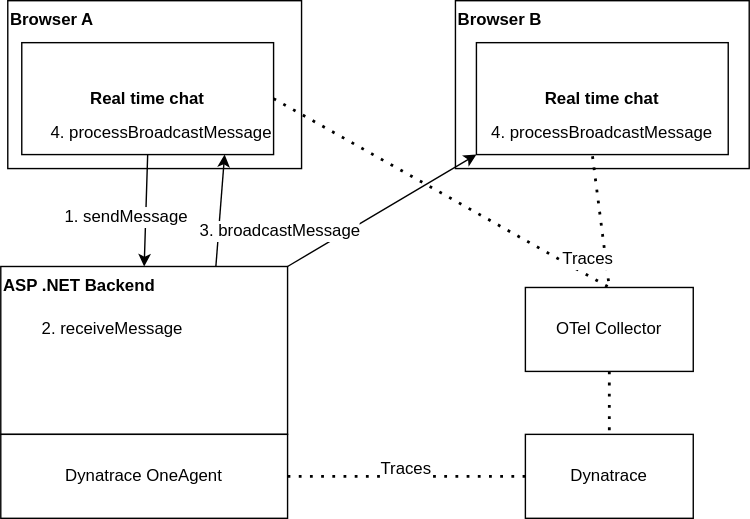
The draw.io diagram doc-assets/OTel-DotNet-JavaScript.drawio.svg in TobiTomson/OTel-SignalR-Example, before a commit. Source tidied: cells renumbered, new cells last; positions are measured from the earlier drawing's top-left corner, leaving out a move shared by most shapes. The source it was exported from:
```xml
<mxGraphModel>
  <root>
    <mxCell id="0" />
    <mxCell id="1" parent="0" />
    <mxCell id="2" value="Browser A" style="rounded=0;whiteSpace=wrap;html=1;align=left;verticalAlign=top;fontStyle=1;" parent="1" vertex="1">
      <mxGeometry x="5" width="210" height="120" as="geometry" />
    </mxCell>
    <mxCell id="3" value="Browser B" style="rounded=0;whiteSpace=wrap;html=1;align=left;verticalAlign=top;fontStyle=1;" parent="1" vertex="1">
      <mxGeometry x="325" width="210" height="120" as="geometry" />
    </mxCell>
    <mxCell id="4" value="&lt;b&gt;Real time chat&lt;/b&gt;" style="rounded=0;whiteSpace=wrap;html=1;" parent="1" vertex="1">
      <mxGeometry x="15" y="30" width="180" height="80" as="geometry" />
    </mxCell>
    <mxCell id="5" value="&lt;b&gt;Real time chat&lt;/b&gt;" style="rounded=0;whiteSpace=wrap;html=1;" parent="1" vertex="1">
      <mxGeometry x="340" y="30" width="180" height="80" as="geometry" />
    </mxCell>
    <mxCell id="6" value="ASP .NET Backend" style="rounded=0;whiteSpace=wrap;html=1;align=left;verticalAlign=top;fontStyle=1;" parent="1" vertex="1">
      <mxGeometry y="190" width="205" height="120" as="geometry" />
    </mxCell>
    <mxCell id="7" style="endArrow=classic;html=1;rounded=0;exitX=0.5;exitY=1;exitDx=0;exitDy=0;entryX=0.5;entryY=0;entryDx=0;entryDy=0;" parent="1" edge="1" source="4" target="6">
      <mxGeometry relative="1" as="geometry" />
    </mxCell>
    <mxCell id="8" style="endArrow=classic;html=1;rounded=0;exitX=0.75;exitY=0;exitDx=0;exitDy=0;entryX=0.75;entryY=1;entryDx=0;entryDy=0;" parent="1" edge="1" source="6" target="13">
      <mxGeometry relative="1" as="geometry" />
    </mxCell>
    <mxCell id="9" value="2. receiveMessage" style="text;html=1;strokeColor=none;fillColor=none;align=center;verticalAlign=middle;whiteSpace=wrap;rounded=0;" parent="1" vertex="1">
      <mxGeometry x="15" y="220" width="130" height="30" as="geometry" />
    </mxCell>
    <mxCell id="10" style="endArrow=classic;html=1;rounded=0;exitX=1;exitY=0;exitDx=0;exitDy=0;entryX=0;entryY=1;entryDx=0;entryDy=0;" parent="1" edge="1" source="6" target="5">
      <mxGeometry relative="1" as="geometry" />
    </mxCell>
    <mxCell id="11" value="4. processBroadcastMessage" style="text;html=1;strokeColor=none;fillColor=none;align=center;verticalAlign=middle;whiteSpace=wrap;rounded=0;labelBackgroundColor=default;labelBorderColor=none;" parent="1" vertex="1">
      <mxGeometry x="340" y="80" width="180" height="30" as="geometry" />
    </mxCell>
    <mxCell id="12" value="1. sendMessage" style="text;html=1;strokeColor=none;fillColor=none;align=center;verticalAlign=middle;whiteSpace=wrap;rounded=0;labelBackgroundColor=default;labelBorderColor=none;" parent="1" vertex="1">
      <mxGeometry x="25" y="140" width="130" height="30" as="geometry" />
    </mxCell>
    <mxCell id="13" value="4. processBroadcastMessage" style="text;html=1;strokeColor=none;fillColor=none;align=center;verticalAlign=middle;whiteSpace=wrap;rounded=0;labelBackgroundColor=default;labelBorderColor=none;" parent="1" vertex="1">
      <mxGeometry x="25" y="80" width="180" height="30" as="geometry" />
    </mxCell>
    <mxCell id="14" value="OTel Collector" style="rounded=0;whiteSpace=wrap;html=1;labelBackgroundColor=default;labelBorderColor=none;" parent="1" vertex="1">
      <mxGeometry x="375" y="205" width="120" height="60" as="geometry" />
    </mxCell>
    <mxCell id="15" value="Dynatrace" style="rounded=0;whiteSpace=wrap;html=1;labelBackgroundColor=default;labelBorderColor=none;" parent="1" vertex="1">
      <mxGeometry x="375" y="310" width="120" height="60" as="geometry" />
    </mxCell>
    <mxCell id="16" value="Dynatrace OneAgent" style="rounded=0;whiteSpace=wrap;html=1;labelBackgroundColor=default;labelBorderColor=none;" parent="1" vertex="1">
      <mxGeometry y="310" width="205" height="60" as="geometry" />
    </mxCell>
    <mxCell id="17" style="endArrow=none;dashed=1;html=1;dashPattern=1 3;strokeWidth=2;rounded=0;exitX=1;exitY=0.5;exitDx=0;exitDy=0;entryX=0.5;entryY=0;entryDx=0;entryDy=0;" parent="1" edge="1" source="4" target="14">
      <mxGeometry relative="1" as="geometry" />
    </mxCell>
    <mxCell id="18" style="endArrow=none;dashed=1;html=1;dashPattern=1 3;strokeWidth=2;rounded=0;exitX=0.461;exitY=1.04;exitDx=0;exitDy=0;entryX=0.5;entryY=0;entryDx=0;entryDy=0;exitPerimeter=0;" parent="1" edge="1" source="11" target="14">
      <mxGeometry relative="1" as="geometry" />
    </mxCell>
    <mxCell id="19" style="endArrow=none;dashed=1;html=1;dashPattern=1 3;strokeWidth=2;rounded=0;exitX=1;exitY=0.5;exitDx=0;exitDy=0;entryX=0;entryY=0.5;entryDx=0;entryDy=0;" parent="1" edge="1" source="16" target="15">
      <mxGeometry relative="1" as="geometry" />
    </mxCell>
    <mxCell id="20" style="endArrow=none;dashed=1;html=1;dashPattern=1 3;strokeWidth=2;rounded=0;exitX=0.5;exitY=1;exitDx=0;exitDy=0;entryX=0.5;entryY=0;entryDx=0;entryDy=0;" parent="1" edge="1" source="14" target="15">
      <mxGeometry relative="1" as="geometry" />
    </mxCell>
    <mxCell id="21" value="Traces" style="text;html=1;strokeColor=none;fillColor=none;align=center;verticalAlign=middle;whiteSpace=wrap;rounded=0;labelBackgroundColor=default;labelBorderColor=none;" parent="1" vertex="1">
      <mxGeometry x="355" y="170" width="130" height="30" as="geometry" />
    </mxCell>
    <mxCell id="22" value="Traces" style="text;html=1;strokeColor=none;fillColor=none;align=center;verticalAlign=middle;whiteSpace=wrap;rounded=0;labelBackgroundColor=default;labelBorderColor=none;" parent="1" vertex="1">
      <mxGeometry x="225" y="320" width="130" height="30" as="geometry" />
    </mxCell>
    <mxCell id="23" value="3. broadcastMessage" style="text;html=1;strokeColor=none;fillColor=none;align=center;verticalAlign=middle;whiteSpace=wrap;rounded=0;labelBackgroundColor=default;labelBorderColor=none;" parent="1" vertex="1">
      <mxGeometry x="135" y="150" width="130" height="30" as="geometry" />
    </mxCell>
  </root>
</mxGraphModel>
```
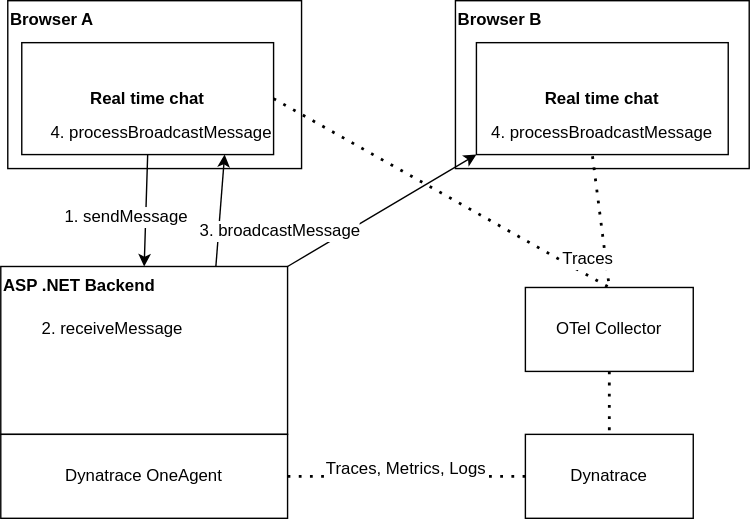
Above is the later version.

Commit message:
add metrics and logs to OA -> DT communication

The edit, as a diff of the source:
```diff
@@ -62,7 +62,7 @@
     <mxCell id="21" value="Traces" style="text;html=1;strokeColor=none;fillColor=none;align=center;verticalAlign=middle;whiteSpace=wrap;rounded=0;labelBackgroundColor=default;labelBorderColor=none;" parent="1" vertex="1">
       <mxGeometry x="355" y="170" width="130" height="30" as="geometry" />
     </mxCell>
-    <mxCell id="22" value="Traces" style="text;html=1;strokeColor=none;fillColor=none;align=center;verticalAlign=middle;whiteSpace=wrap;rounded=0;labelBackgroundColor=default;labelBorderColor=none;" parent="1" vertex="1">
+    <mxCell id="22" value="Traces, Metrics, Logs" style="text;html=1;strokeColor=none;fillColor=none;align=center;verticalAlign=middle;whiteSpace=wrap;rounded=0;labelBackgroundColor=default;labelBorderColor=none;" parent="1" vertex="1">
       <mxGeometry x="225" y="320" width="130" height="30" as="geometry" />
     </mxCell>
     <mxCell id="23" value="3. broadcastMessage" style="text;html=1;strokeColor=none;fillColor=none;align=center;verticalAlign=middle;whiteSpace=wrap;rounded=0;labelBackgroundColor=default;labelBorderColor=none;" parent="1" vertex="1">
```
